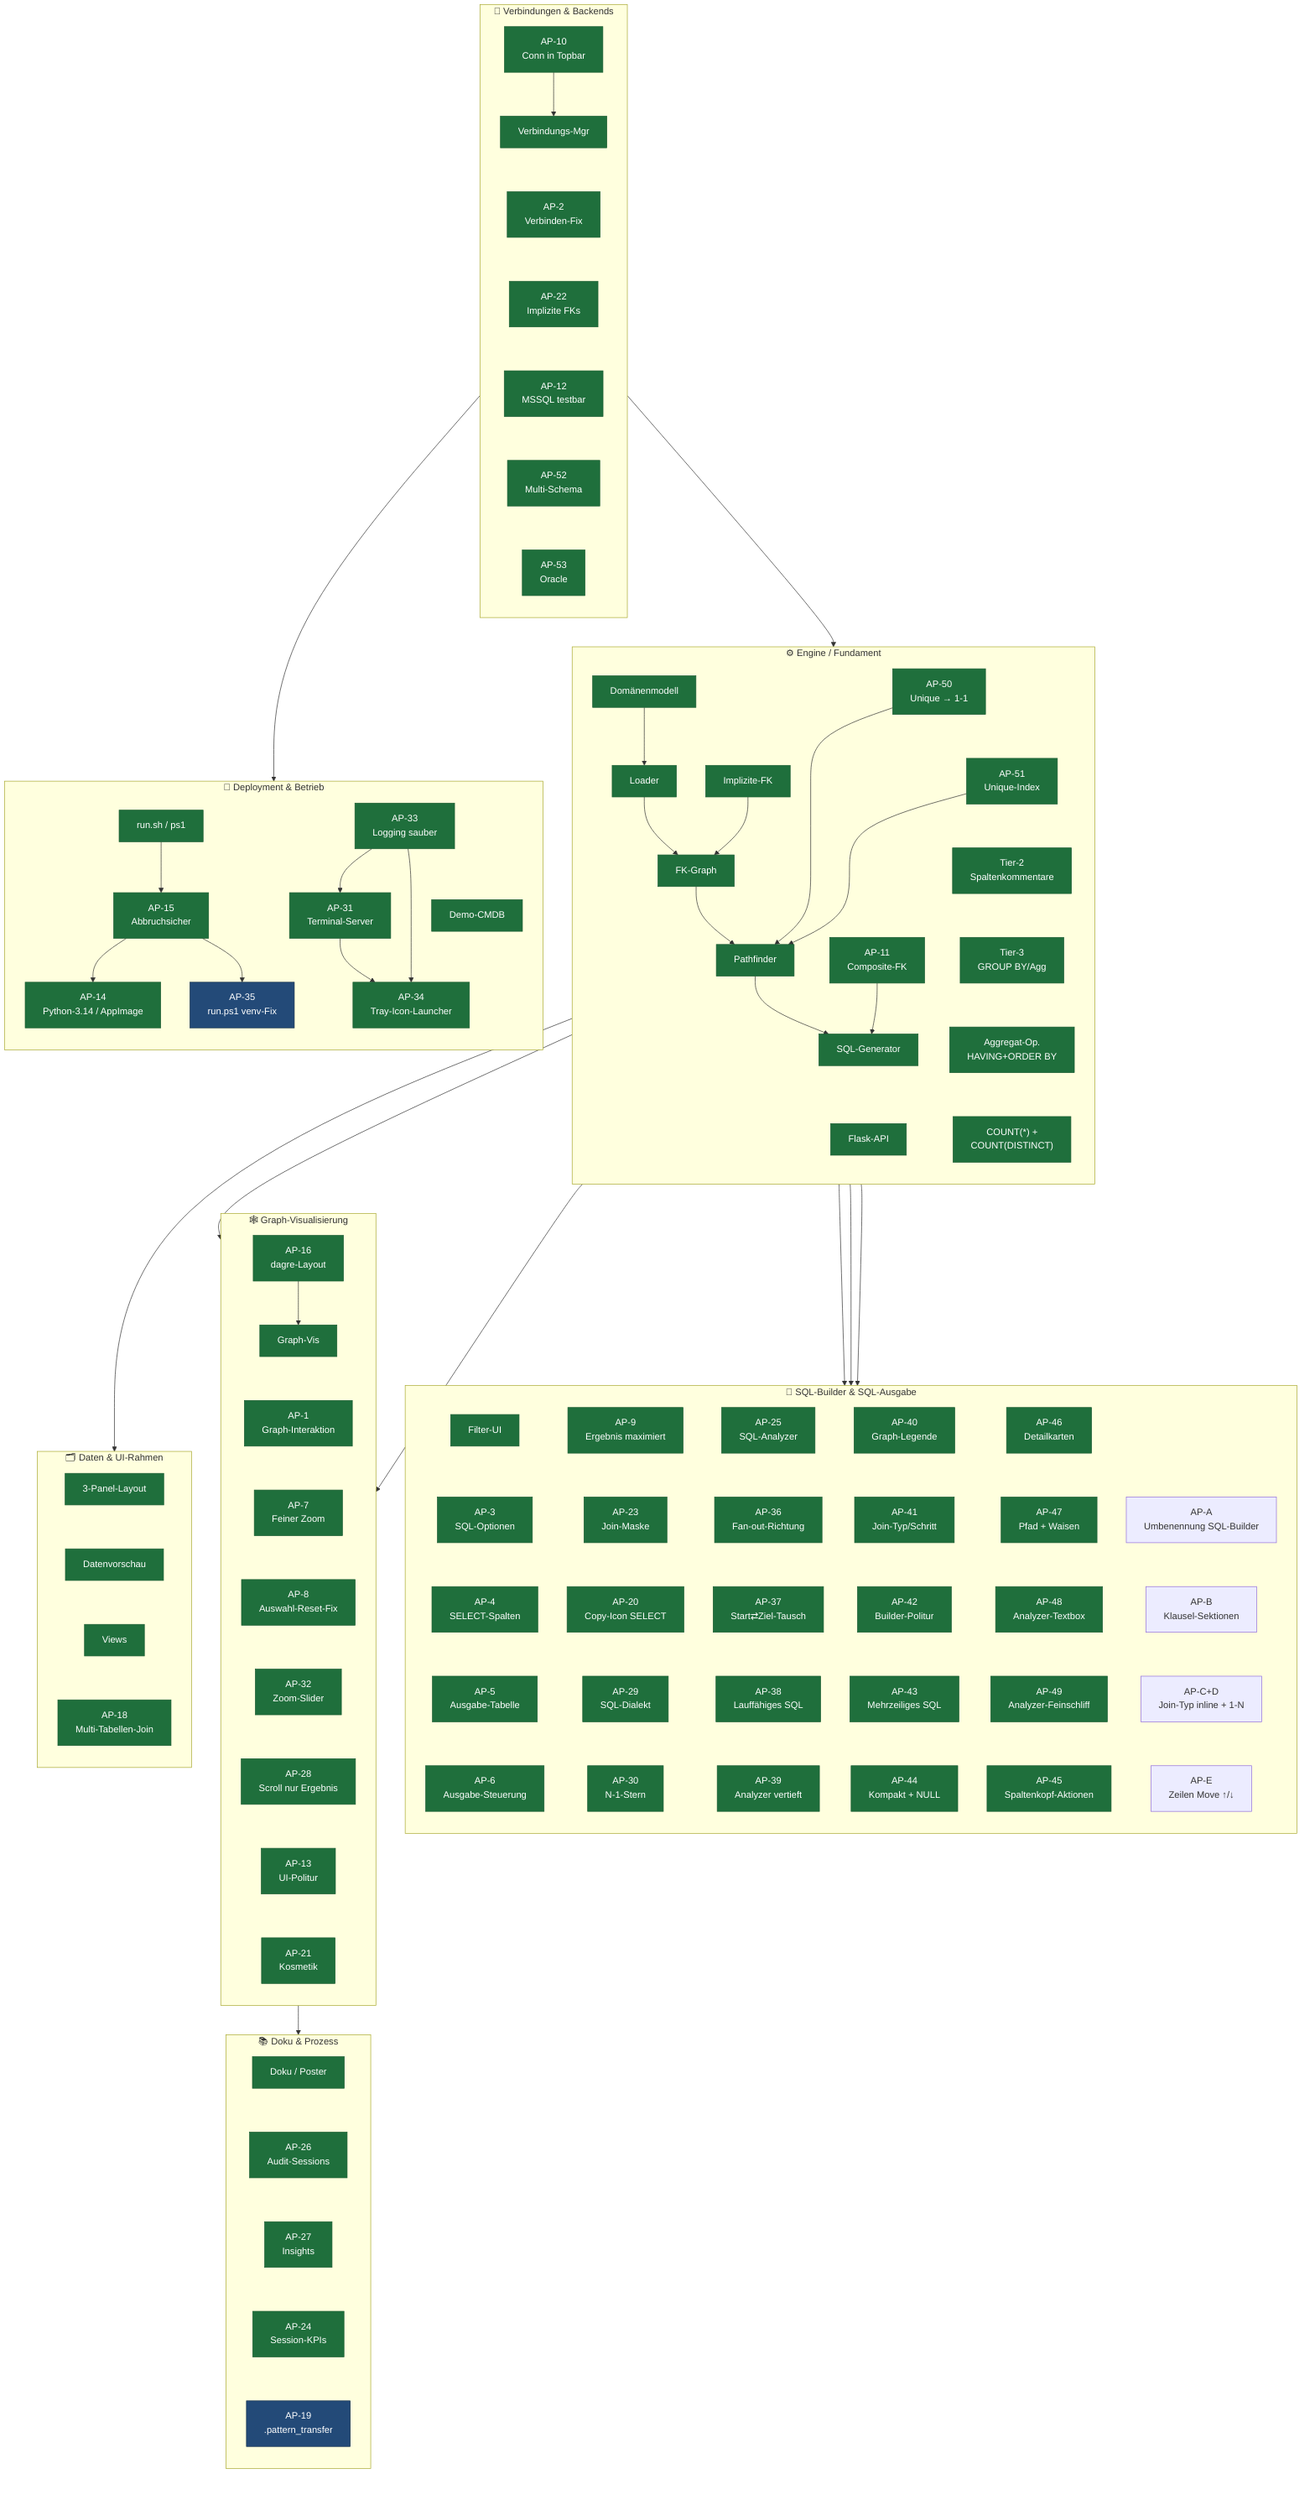
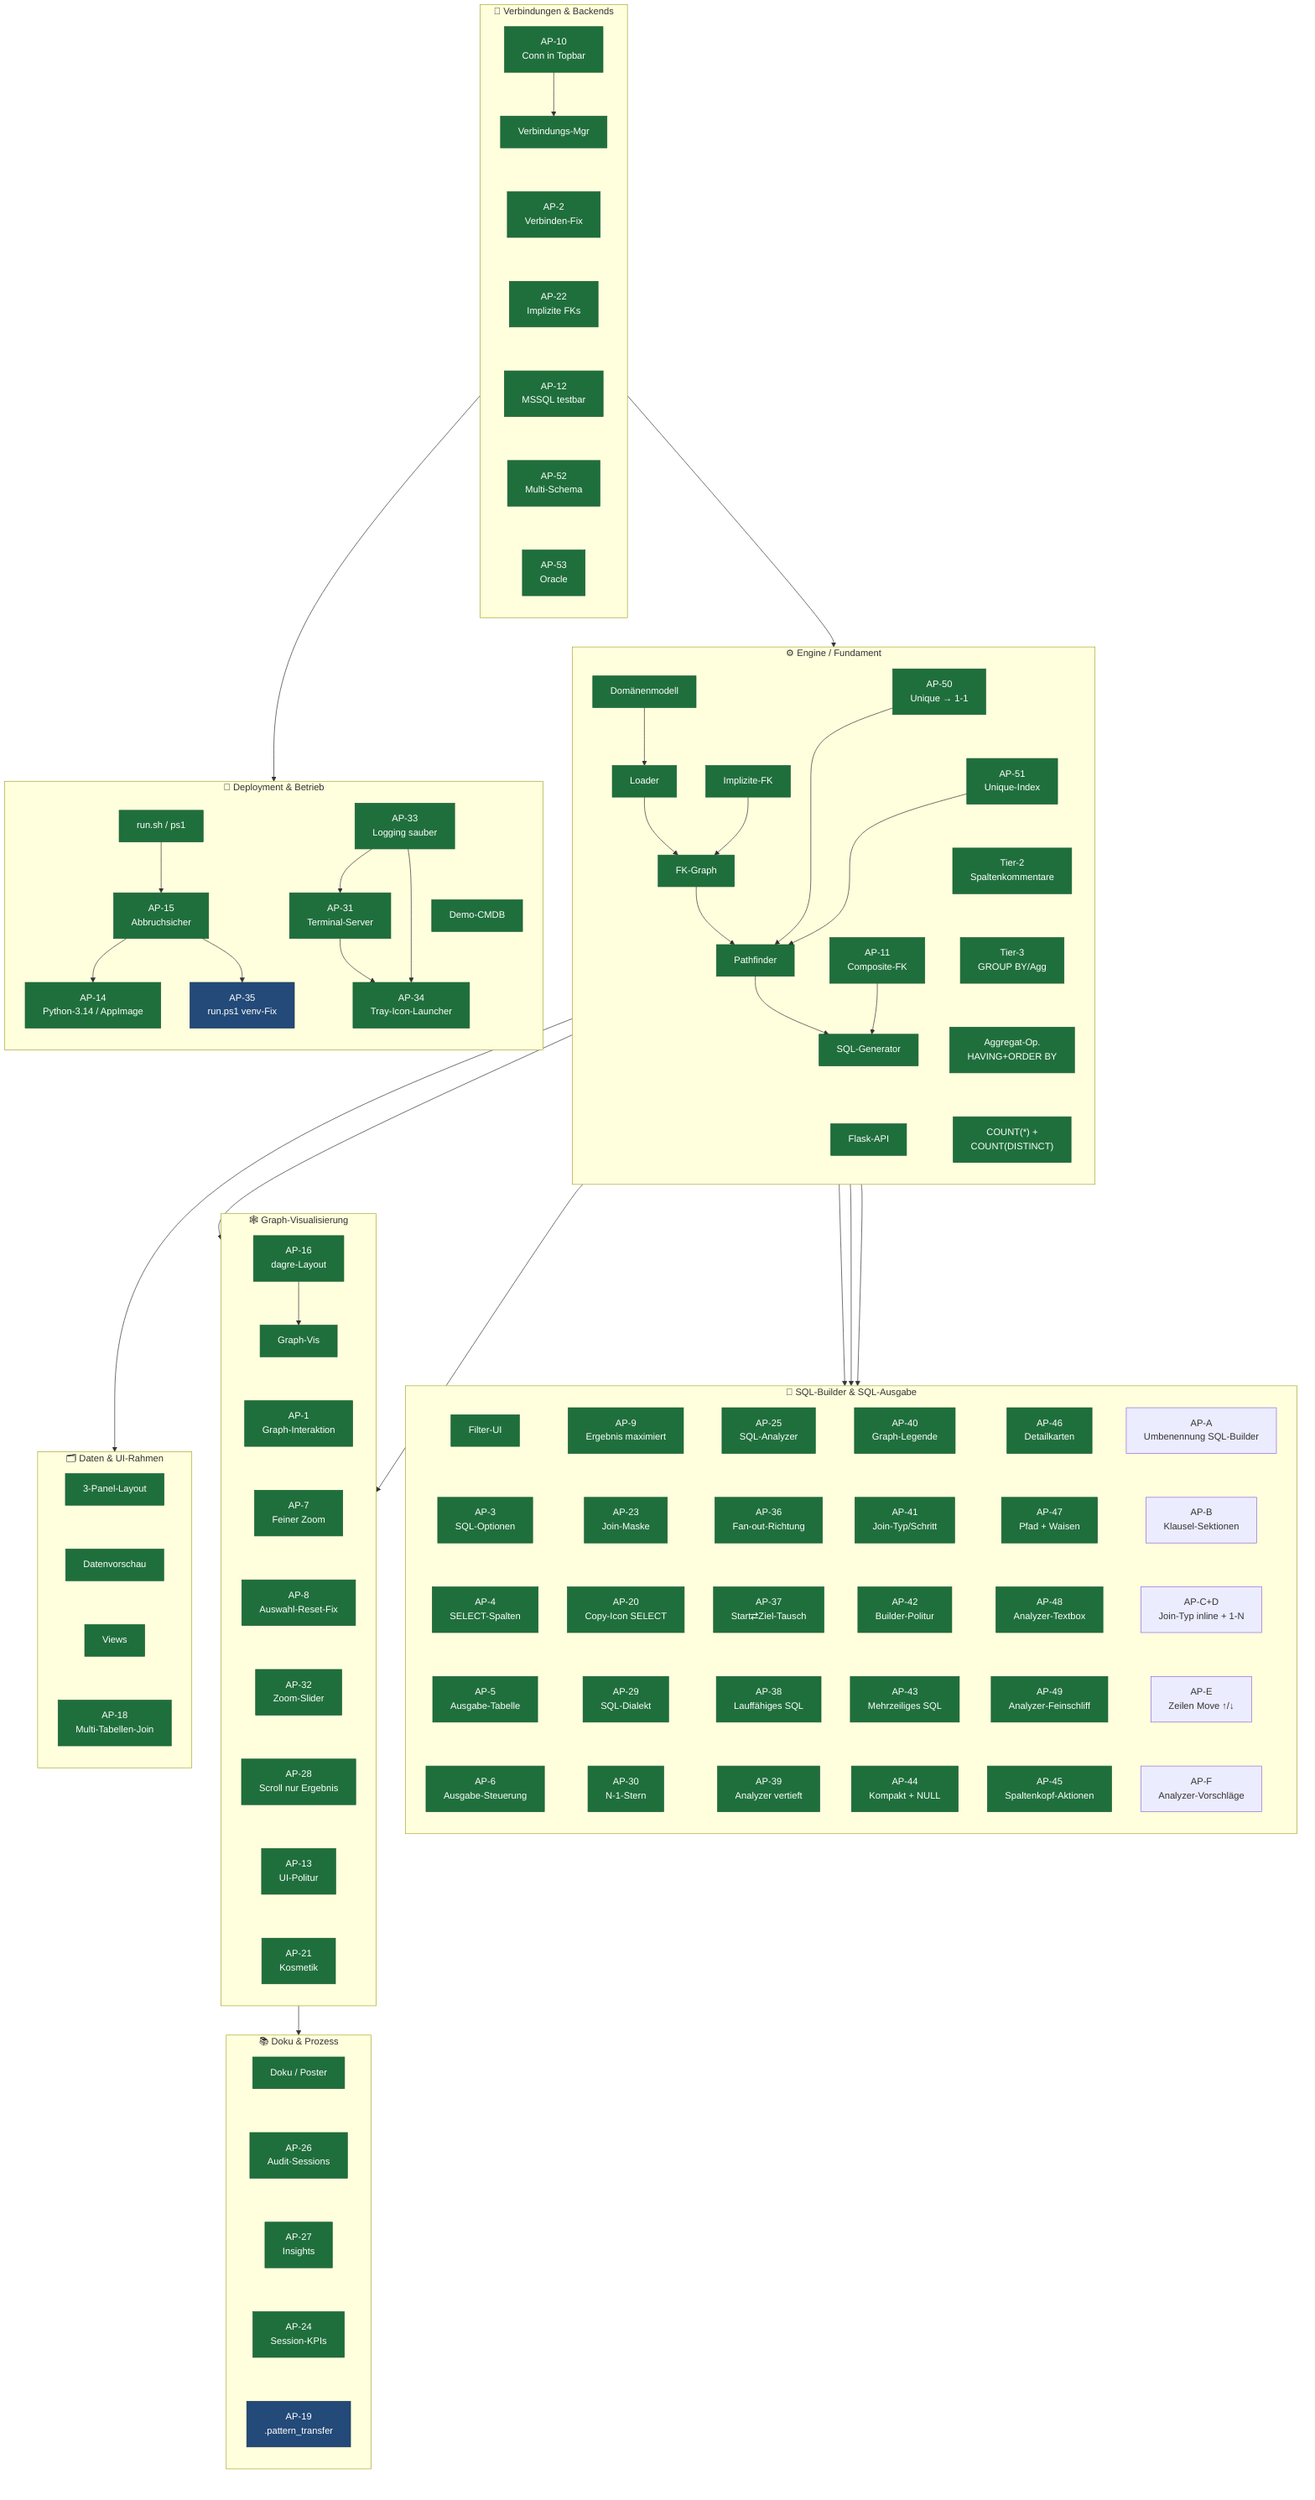
flowchart TB
    classDef done fill:#1f6f3c,color:#fff,stroke:#1a5c32,stroke-width:1px
    classDef plan fill:#234a78,color:#fff,stroke:#16314f,stroke-width:1px

    %% ── C1 · Engine / Fundament ──────────────────────────────────────────
    subgraph C1["⚙️  Engine / Fundament"]
        direction TB
        E1["Domänenmodell"]
        E2["Loader"]
        E3["FK-Graph"]
        E4["Pathfinder"]
        E5["SQL-Generator"]
        E6["Flask-API"]
        E7["AP-11\nComposite-FK"]
        E8["Implizite-FK"]
        E9["AP-50\nUnique → 1-1"]
        E10["AP-51\nUnique-Index"]
        E11["Tier-2\nSpaltenkommentare"]
        E12["Tier-3\nGROUP BY/Agg"]
        E13["Aggregat-Op.\nHAVING+ORDER BY"]
        E14["COUNT(*) +\nCOUNT(DISTINCT)"]
        E1 --> E2 --> E3 --> E4 --> E5
        E7 --> E5
        E8 --> E3
        E9 --> E4
        E10 --> E4
        E5 ~~~ E6
        E9 ~~~ E10
        E10 ~~~ E11
        E11 ~~~ E12
        E12 ~~~ E13
        E13 ~~~ E14
    end

    %% ── C2 · Verbindungen & Backends ─────────────────────────────────────
    subgraph C2["🔌  Verbindungen & Backends"]
        direction TB
        V1["Verbindungs-Mgr"]
        V2["AP-2\nVerbinden-Fix"]
        V3["AP-10\nConn in Topbar"]
        V4["AP-12\nMSSQL testbar"]
        V5["AP-22\nImplizite FKs"]
        V6["AP-52\nMulti-Schema"]
        V7["AP-53\nOracle"]
        V3 --> V1
        V1 ~~~ V2 ~~~ V5 ~~~ V4 ~~~ V6 ~~~ V7
    end

    %% ── C3 · SQL-Builder & SQL-Ausgabe ──────────────────────────────────
    subgraph C3["🧩  SQL-Builder & SQL-Ausgabe"]
        direction TB
        J1["Filter-UI"]
        J2["AP-3\nSQL-Optionen"]
        J3["AP-4\nSELECT-Spalten"]
        J4["AP-5\nAusgabe-Tabelle"]
        J5["AP-6\nAusgabe-Steuerung"]
        J6["AP-9\nErgebnis maximiert"]
        J7["AP-23\nJoin-Maske"]
        J8["AP-20\nCopy-Icon SELECT"]
        J9["AP-29\nSQL-Dialekt"]
        J10["AP-30\nN-1-Stern"]
        J11["AP-25\nSQL-Analyzer"]
        J12["AP-36\nFan-out-Richtung"]
        J13["AP-37\nStart⇄Ziel-Tausch"]
        J14["AP-38\nLauffähiges SQL"]
        J15["AP-39\nAnalyzer vertieft"]
        J16["AP-40\nGraph-Legende"]
        J17["AP-41\nJoin-Typ/Schritt"]
        J18["AP-42\nBuilder-Politur"]
        J19["AP-43\nMehrzeiliges SQL"]
        J20["AP-44\nKompakt + NULL"]
        J21["AP-46\nDetailkarten"]
        J22["AP-47\nPfad + Waisen"]
        J23["AP-48\nAnalyzer-Textbox"]
        J24["AP-49\nAnalyzer-Feinschliff"]
        J25["AP-45\nSpaltenkopf-Aktionen"]
        J26["AP-A\nUmbenennung SQL-Builder"]
        J27["AP-B\nKlausel-Sektionen"]
        J28["AP-C+D\nJoin-Typ inline + 1-N"]
        J29["AP-E\nZeilen Move ↑/↓"]
+         J30["AP-F\nAnalyzer-Vorschläge"]
        %% In 5 parallele Spalten gepackt (statt einer 25-Boxen-Säule) → kompaktes Gitter
        J1 ~~~ J2 ~~~ J3 ~~~ J4 ~~~ J5
        J6 ~~~ J7 ~~~ J8 ~~~ J9 ~~~ J10
        J11 ~~~ J12 ~~~ J13 ~~~ J14 ~~~ J15
        J16 ~~~ J17 ~~~ J18 ~~~ J19 ~~~ J20
        J21 ~~~ J22 ~~~ J23 ~~~ J24 ~~~ J25
-         J26 ~~~ J27 ~~~ J28 ~~~ J29
+         J26 ~~~ J27 ~~~ J28 ~~~ J29 ~~~ J30
    end

    %% ── C4 · Graph-Visualisierung ────────────────────────────────────────
    subgraph C4["🕸️  Graph-Visualisierung"]
        direction TB
        G1["Graph-Vis"]
        G2["AP-1\nGraph-Interaktion"]
        G3["AP-7\nFeiner Zoom"]
        G4["AP-8\nAuswahl-Reset-Fix"]
        G5["AP-16\ndagre-Layout"]
        G6["AP-32\nZoom-Slider"]
        G7["AP-28\nScroll nur Ergebnis"]
        G8["AP-13\nUI-Politur"]
        G9["AP-21\nKosmetik"]
        G5 --> G1
        G1 ~~~ G2 ~~~ G3 ~~~ G4 ~~~ G6 ~~~ G7 ~~~ G8 ~~~ G9
    end

    %% ── C5 · Daten & UI-Rahmen ───────────────────────────────────────────
    subgraph C5["🗂️  Daten & UI-Rahmen"]
        direction TB
        D1["3-Panel-Layout"]
        D2["Datenvorschau"]
        D3["Views"]
        D4["AP-18\nMulti-Tabellen-Join"]
        D1 ~~~ D2 ~~~ D3 ~~~ D4
    end

    %% ── C6 · Deployment & Betrieb ────────────────────────────────────────
    subgraph C6["🚀  Deployment & Betrieb"]
        direction TB
        B1["Demo-CMDB"]
        B2["run.sh / ps1"]
        B3["AP-15\nAbbruchsicher"]
        B4["AP-14\nPython-3.14 / AppImage"]
        B5["AP-35\nrun.ps1 venv-Fix"]
        B7["AP-31\nTerminal-Server"]
        B8["AP-33\nLogging sauber"]
        B9["AP-34\nTray-Icon-Launcher"]
        B2 --> B3
        B3 --> B4
        B3 --> B5
        B8 --> B7
        B7 --> B9
        B8 --> B9
        B1 ~~~ B9
    end

    %% ── C7 · Doku & Prozess ──────────────────────────────────────────────
    subgraph C7["📚  Doku & Prozess"]
        direction TB
        K1["Doku / Poster"]
        K2["AP-26\nAudit-Sessions"]
        K3["AP-27\nInsights"]
        K5["AP-24\nSession-KPIs"]
        K4["AP-19\n.pattern_transfer"]
        K1 ~~~ K2 ~~~ K3 ~~~ K5 ~~~ K4
    end

    %% ── Cluster-übergreifende Abhängigkeiten ─────────────────────────────
    V1 --> E2
    E5 --> J1
    E5 --> J9
    E5 --> J11
    E4 --> G2
    E3 --> G1
    E6 --> D1
    V4 --> B7
    G5 --> K2

    class E1,E2,E3,E4,E5,E6,E7,E8,E9,E10,E11,E12,E13,E14 done
    class V1,V2,V3,V4,V5,V6,V7 done
    class J1,J2,J3,J4,J5,J6,J7,J8,J9,J10,J11,J12,J13,J14,J15,J16,J17,J18,J19,J20,J21,J22,J23,J24,J25 done
    class G1,G2,G3,G4,G5,G6,G7,G8,G9 done
    class D1,D2,D3,D4 done
    class B1,B2,B3,B4,B7,B8,B9 done
    class B5 plan
    class K1,K2,K3,K5 done
    class K4 plan
